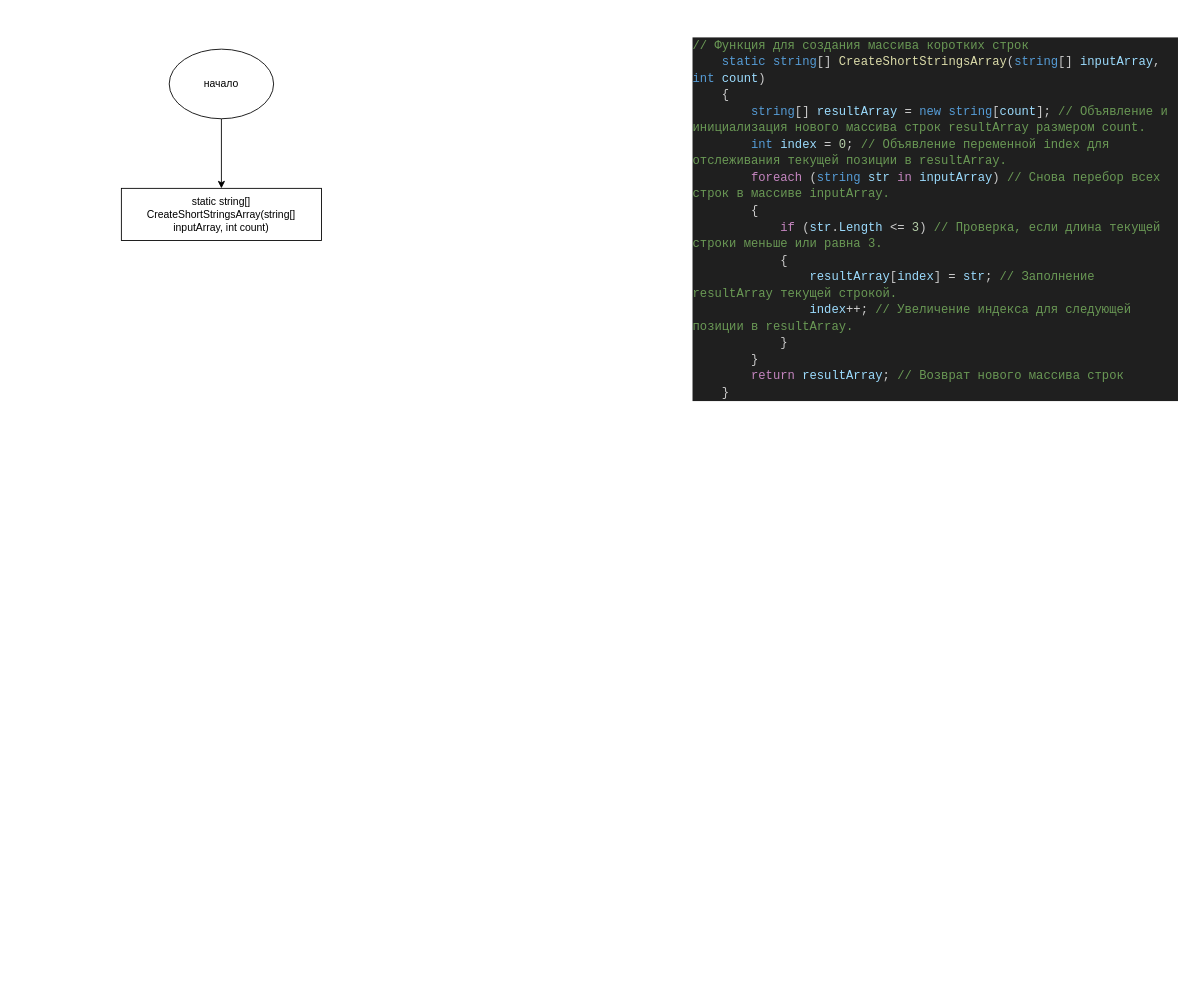
Before: page "CreateShortStringsArray" (3 of 3) of блок схема.drawio in kkssiinn/-, a draw.io diagram. Source tidied: cells renumbered, new cells numbered last; positions are measured from the earlier drawing's top-left corner, leaving out a move shared by most shapes. Both pictures are drawn from the tidied source at 87%, with x=0, y=0 at pixel (121, 31).
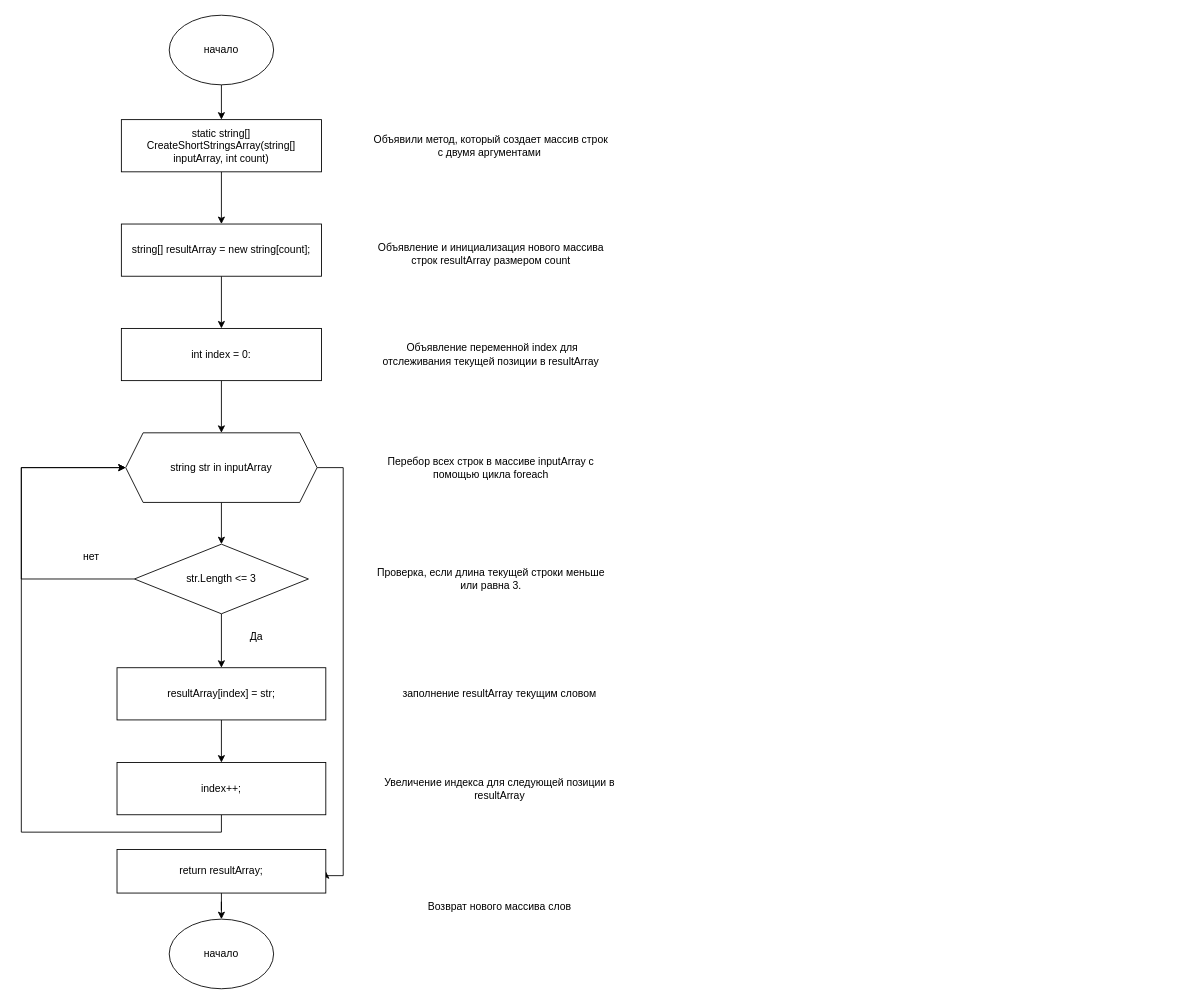
After the change.

Diff of the diagram source:
```diff
@@
-    <mxCell id="2" value="&lt;div style=&quot;color: rgb(204, 204, 204); background-color: rgb(31, 31, 31); font-family: Consolas, &amp;quot;Courier New&amp;quot;, monospace; font-weight: normal; font-size: 14px; line-height: 19px;&quot;&gt;&lt;div&gt;&lt;span style=&quot;color: #6a9955;&quot;&gt;// Функция для создания массива коротких строк&lt;/span&gt;&lt;/div&gt;&lt;div&gt;&lt;span style=&quot;color: #cccccc;&quot;&gt;&amp;nbsp; &amp;nbsp; &lt;/span&gt;&lt;span style=&quot;color: #569cd6;&quot;&gt;static&lt;/span&gt;&lt;span style=&quot;color: #cccccc;&quot;&gt; &lt;/span&gt;&lt;span style=&quot;color: #569cd6;&quot;&gt;string&lt;/span&gt;&lt;span style=&quot;color: #cccccc;&quot;&gt;[] &lt;/span&gt;&lt;span style=&quot;color: #dcdcaa;&quot;&gt;CreateShortStringsArray&lt;/span&gt;&lt;span style=&quot;color: #cccccc;&quot;&gt;(&lt;/span&gt;&lt;span style=&quot;color: #569cd6;&quot;&gt;string&lt;/span&gt;&lt;span style=&quot;color: #cccccc;&quot;&gt;[] &lt;/span&gt;&lt;span style=&quot;color: #9cdcfe;&quot;&gt;inputArray&lt;/span&gt;&lt;span style=&quot;color: #cccccc;&quot;&gt;, &lt;/span&gt;&lt;span style=&quot;color: #569cd6;&quot;&gt;int&lt;/span&gt;&lt;span style=&quot;color: #cccccc;&quot;&gt; &lt;/span&gt;&lt;span style=&quot;color: #9cdcfe;&quot;&gt;count&lt;/span&gt;&lt;span style=&quot;color: #cccccc;&quot;&gt;)&lt;/span&gt;&lt;/div&gt;&lt;div&gt;&lt;span style=&quot;color: #cccccc;&quot;&gt;&amp;nbsp; &amp;nbsp; {&lt;/span&gt;&lt;/div&gt;&lt;div&gt;&lt;span style=&quot;color: #cccccc;&quot;&gt;&amp;nbsp; &amp;nbsp; &amp;nbsp; &amp;nbsp; &lt;/span&gt;&lt;span style=&quot;color: #569cd6;&quot;&gt;string&lt;/span&gt;&lt;span style=&quot;color: #cccccc;&quot;&gt;[] &lt;/span&gt;&lt;span style=&quot;color: #9cdcfe;&quot;&gt;resultArray&lt;/span&gt;&lt;span style=&quot;color: #cccccc;&quot;&gt; &lt;/span&gt;&lt;span style=&quot;color: #d4d4d4;&quot;&gt;=&lt;/span&gt;&lt;span style=&quot;color: #cccccc;&quot;&gt; &lt;/span&gt;&lt;span style=&quot;color: #569cd6;&quot;&gt;new&lt;/span&gt;&lt;span style=&quot;color: #cccccc;&quot;&gt; &lt;/span&gt;&lt;span style=&quot;color: #569cd6;&quot;&gt;string&lt;/span&gt;&lt;span style=&quot;color: #cccccc;&quot;&gt;[&lt;/span&gt;&lt;span style=&quot;color: #9cdcfe;&quot;&gt;count&lt;/span&gt;&lt;span style=&quot;color: #cccccc;&quot;&gt;]; &lt;/span&gt;&lt;span style=&quot;color: #6a9955;&quot;&gt;// Объявление и инициализация нового массива строк resultArray размером count.&lt;/span&gt;&lt;/div&gt;&lt;div&gt;&lt;span style=&quot;color: #cccccc;&quot;&gt;&amp;nbsp; &amp;nbsp; &amp;nbsp; &amp;nbsp; &lt;/span&gt;&lt;span style=&quot;color: #569cd6;&quot;&gt;int&lt;/span&gt;&lt;span style=&quot;color: #cccccc;&quot;&gt; &lt;/span&gt;&lt;span style=&quot;color: #9cdcfe;&quot;&gt;index&lt;/span&gt;&lt;span style=&quot;color: #cccccc;&quot;&gt; &lt;/span&gt;&lt;span style=&quot;color: #d4d4d4;&quot;&gt;=&lt;/span&gt;&lt;span style=&quot;color: #cccccc;&quot;&gt; &lt;/span&gt;&lt;span style=&quot;color: #b5cea8;&quot;&gt;0&lt;/span&gt;&lt;span style=&quot;color: #cccccc;&quot;&gt;; &lt;/span&gt;&lt;span style=&quot;color: #6a9955;&quot;&gt;// Объявление переменной index для отслеживания текущей позиции в resultArray.&lt;/span&gt;&lt;/div&gt;&lt;div&gt;&lt;span style=&quot;color: #cccccc;&quot;&gt;&amp;nbsp; &amp;nbsp; &amp;nbsp; &amp;nbsp; &lt;/span&gt;&lt;span style=&quot;color: #c586c0;&quot;&gt;foreach&lt;/span&gt;&lt;span style=&quot;color: #cccccc;&quot;&gt; (&lt;/span&gt;&lt;span style=&quot;color: #569cd6;&quot;&gt;string&lt;/span&gt;&lt;span style=&quot;color: #cccccc;&quot;&gt; &lt;/span&gt;&lt;span style=&quot;color: #9cdcfe;&quot;&gt;str&lt;/span&gt;&lt;span style=&quot;color: #cccccc;&quot;&gt; &lt;/span&gt;&lt;span style=&quot;color: #c586c0;&quot;&gt;in&lt;/span&gt;&lt;span style=&quot;color: #cccccc;&quot;&gt; &lt;/span&gt;&lt;span style=&quot;color: #9cdcfe;&quot;&gt;inputArray&lt;/span&gt;&lt;span style=&quot;color: #cccccc;&quot;&gt;) &lt;/span&gt;&lt;span style=&quot;color: #6a9955;&quot;&gt;// Снова перебор всех строк в массиве inputArray.&lt;/span&gt;&lt;/div&gt;&lt;div&gt;&lt;span style=&quot;color: #cccccc;&quot;&gt;&amp;nbsp; &amp;nbsp; &amp;nbsp; &amp;nbsp; {&lt;/span&gt;&lt;/div&gt;&lt;div&gt;&lt;span style=&quot;color: #cccccc;&quot;&gt;&amp;nbsp; &amp;nbsp; &amp;nbsp; &amp;nbsp; &amp;nbsp; &amp;nbsp; &lt;/span&gt;&lt;span style=&quot;color: #c586c0;&quot;&gt;if&lt;/span&gt;&lt;span style=&quot;color: #cccccc;&quot;&gt; (&lt;/span&gt;&lt;span style=&quot;color: #9cdcfe;&quot;&gt;str&lt;/span&gt;&lt;span style=&quot;color: #cccccc;&quot;&gt;.&lt;/span&gt;&lt;span style=&quot;color: #9cdcfe;&quot;&gt;Length&lt;/span&gt;&lt;span style=&quot;color: #cccccc;&quot;&gt; &lt;/span&gt;&lt;span style=&quot;color: #d4d4d4;&quot;&gt;&amp;lt;=&lt;/span&gt;&lt;span style=&quot;color: #cccccc;&quot;&gt; &lt;/span&gt;&lt;span style=&quot;color: #b5cea8;&quot;&gt;3&lt;/span&gt;&lt;span style=&quot;color: #cccccc;&quot;&gt;) &lt;/span&gt;&lt;span style=&quot;color: #6a9955;&quot;&gt;// Проверка, если длина текущей строки меньше или равна 3.&lt;/span&gt;&lt;/div&gt;&lt;div&gt;&lt;span style=&quot;color: #cccccc;&quot;&gt;&amp;nbsp; &amp;nbsp; &amp;nbsp; &amp;nbsp; &amp;nbsp; &amp;nbsp; {&lt;/span&gt;&lt;/div&gt;&lt;div&gt;&lt;span style=&quot;color: #cccccc;&quot;&gt;&amp;nbsp; &amp;nbsp; &amp;nbsp; &amp;nbsp; &amp;nbsp; &amp;nbsp; &amp;nbsp; &amp;nbsp; &lt;/span&gt;&lt;span style=&quot;color: #9cdcfe;&quot;&gt;resultArray&lt;/span&gt;&lt;span style=&quot;color: #cccccc;&quot;&gt;[&lt;/span&gt;&lt;span style=&quot;color: #9cdcfe;&quot;&gt;index&lt;/span&gt;&lt;span style=&quot;color: #cccccc;&quot;&gt;] &lt;/span&gt;&lt;span style=&quot;color: #d4d4d4;&quot;&gt;=&lt;/span&gt;&lt;span style=&quot;color: #cccccc;&quot;&gt; &lt;/span&gt;&lt;span style=&quot;color: #9cdcfe;&quot;&gt;str&lt;/span&gt;&lt;span style=&quot;color: #cccccc;&quot;&gt;; &lt;/span&gt;&lt;span style=&quot;color: #6a9955;&quot;&gt;// Заполнение resultArray текущей строкой.&lt;/span&gt;&lt;/div&gt;&lt;div&gt;&lt;span style=&quot;color: #cccccc;&quot;&gt;&amp;nbsp; &amp;nbsp; &amp;nbsp; &amp;nbsp; &amp;nbsp; &amp;nbsp; &amp;nbsp; &amp;nbsp; &lt;/span&gt;&lt;span style=&quot;color: #9cdcfe;&quot;&gt;index&lt;/span&gt;&lt;span style=&quot;color: #d4d4d4;&quot;&gt;++&lt;/span&gt;&lt;span style=&quot;color: #cccccc;&quot;&gt;; &lt;/span&gt;&lt;span style=&quot;color: #6a9955;&quot;&gt;// Увеличение индекса для следующей позиции в resultArray.&lt;/span&gt;&lt;/div&gt;&lt;div&gt;&lt;span style=&quot;color: #cccccc;&quot;&gt;&amp;nbsp; &amp;nbsp; &amp;nbsp; &amp;nbsp; &amp;nbsp; &amp;nbsp; }&lt;/span&gt;&lt;/div&gt;&lt;div&gt;&lt;span style=&quot;color: #cccccc;&quot;&gt;&amp;nbsp; &amp;nbsp; &amp;nbsp; &amp;nbsp; }&lt;/span&gt;&lt;/div&gt;&lt;div&gt;&lt;span style=&quot;color: #cccccc;&quot;&gt;&amp;nbsp; &amp;nbsp; &amp;nbsp; &amp;nbsp; &lt;/span&gt;&lt;span style=&quot;color: #c586c0;&quot;&gt;return&lt;/span&gt;&lt;span style=&quot;color: #cccccc;&quot;&gt; &lt;/span&gt;&lt;span style=&quot;color: #9cdcfe;&quot;&gt;resultArray&lt;/span&gt;&lt;span style=&quot;color: #cccccc;&quot;&gt;; &lt;/span&gt;&lt;span style=&quot;color: #6a9955;&quot;&gt;// Возврат нового массива строк&lt;/span&gt;&lt;/div&gt;&lt;div&gt;&lt;span style=&quot;color: #cccccc;&quot;&gt;&amp;nbsp; &amp;nbsp; }&lt;/span&gt;&lt;/div&gt;&lt;/div&gt;" style="text;whiteSpace=wrap;html=1;" parent="1" vertex="1">
-      <mxGeometry x="655" width="560" height="440" as="geometry" />
-    </mxCell>
@@
     <mxCell id="4" value="начало" style="ellipse;whiteSpace=wrap;html=1;" parent="1" vertex="1">
-      <mxGeometry x="55" y="20" width="120" height="80" as="geometry" />
+      <mxGeometry x="55" y="-19" width="120" height="80" as="geometry" />
     </mxCell>
+    <mxCell id="6" style="edgeStyle=orthogonalEdgeStyle;rounded=0;jettySize=auto;html=1;" parent="1" edge="1" source="5" target="9">
+      <mxGeometry relative="1" as="geometry" />
+    </mxCell>
     <mxCell id="5" value="&lt;p&gt;static string[] CreateShortStringsArray(string[] inputArray, int count)&lt;span style=&quot;&quot;&gt;&lt;/span&gt;&lt;br&gt;&lt;/p&gt;" style="whiteSpace=wrap;html=1;" parent="1" vertex="1">
-      <mxGeometry y="180" width="230" height="60" as="geometry" />
+      <mxGeometry y="101" width="230" height="60" as="geometry" />
     </mxCell>
+    <mxCell id="7" value="Объявили метод, который создает массив строк с двумя аргументами&amp;nbsp;" style="text;html=1;align=center;verticalAlign=middle;whiteSpace=wrap;rounded=0;" parent="1" vertex="1">
+      <mxGeometry x="285" y="101" width="280" height="60" as="geometry" />
+    </mxCell>
+    <mxCell id="8" style="edgeStyle=orthogonalEdgeStyle;rounded=0;jettySize=auto;html=1;" parent="1" edge="1" source="9" target="12">
+      <mxGeometry relative="1" as="geometry" />
+    </mxCell>
+    <mxCell id="9" value="&lt;p&gt;string[] resultArray = new string[count];&lt;span style=&quot;&quot;&gt;&lt;/span&gt;&lt;br&gt;&lt;/p&gt;" style="whiteSpace=wrap;html=1;" parent="1" vertex="1">
+      <mxGeometry y="221" width="230" height="60" as="geometry" />
+    </mxCell>
+    <mxCell id="10" value="Объявление и инициализация нового массива строк resultArray размером count" style="text;html=1;align=center;verticalAlign=middle;whiteSpace=wrap;rounded=0;" parent="1" vertex="1">
+      <mxGeometry x="285" y="225" width="280" height="60" as="geometry" />
+    </mxCell>
+    <mxCell id="11" style="edgeStyle=orthogonalEdgeStyle;rounded=0;jettySize=auto;html=1;entryX=0.5;entryY=0;entryDx=0;entryDy=0;" parent="1" edge="1" source="12" target="16">
+      <mxGeometry relative="1" as="geometry" />
+    </mxCell>
+    <mxCell id="12" value="&lt;p&gt;int index = 0:&lt;/p&gt;" style="whiteSpace=wrap;html=1;" parent="1" vertex="1">
+      <mxGeometry y="341" width="230" height="60" as="geometry" />
+    </mxCell>
+    <mxCell id="13" value="&amp;nbsp;Объявление переменной index для отслеживания текущей позиции в resultArray" style="text;html=1;align=center;verticalAlign=middle;whiteSpace=wrap;rounded=0;" parent="1" vertex="1">
+      <mxGeometry x="285" y="341" width="280" height="60" as="geometry" />
+    </mxCell>
+    <mxCell id="14" style="edgeStyle=orthogonalEdgeStyle;rounded=0;jettySize=auto;html=1;" parent="1" edge="1" source="16" target="20">
+      <mxGeometry relative="1" as="geometry" />
+    </mxCell>
+    <mxCell id="15" style="edgeStyle=orthogonalEdgeStyle;rounded=0;jettySize=auto;html=1;exitX=1;exitY=0.5;exitDx=0;exitDy=0;entryX=1;entryY=0.5;entryDx=0;entryDy=0;" parent="1" edge="1" source="16" target="31">
+      <mxGeometry relative="1" as="geometry">
+        <Array as="points">
+          <mxPoint x="255" y="501" />
+          <mxPoint x="255" y="970" />
+          <mxPoint x="235" y="970" />
+        </Array>
+      </mxGeometry>
+    </mxCell>
+    <mxCell id="16" value="string str in inputArray" style="shape=hexagon;perimeter=hexagonPerimeter2;whiteSpace=wrap;html=1;fixedSize=1;" parent="1" vertex="1">
+      <mxGeometry x="5" y="461" width="220" height="80" as="geometry" />
+    </mxCell>
+    <mxCell id="17" value="Перебор всех строк в массиве inputArray с помощью цикла foreach" style="text;html=1;align=center;verticalAlign=middle;whiteSpace=wrap;rounded=0;" parent="1" vertex="1">
+      <mxGeometry x="285" y="471" width="280" height="60" as="geometry" />
+    </mxCell>
+    <mxCell id="18" style="edgeStyle=orthogonalEdgeStyle;rounded=0;jettySize=auto;html=1;" parent="1" edge="1" source="20" target="23">
+      <mxGeometry relative="1" as="geometry" />
+    </mxCell>
+    <mxCell id="19" style="edgeStyle=orthogonalEdgeStyle;rounded=0;jettySize=auto;html=1;exitX=0;exitY=0.5;exitDx=0;exitDy=0;" parent="1" edge="1" source="20">
+      <mxGeometry relative="1" as="geometry">
+        <mxPoint x="5" y="501" as="targetPoint" />
+        <Array as="points">
+          <mxPoint x="-115" y="629" />
+          <mxPoint x="-115" y="501" />
+        </Array>
+      </mxGeometry>
+    </mxCell>
+    <mxCell id="20" value="str.Length &amp;lt;= 3" style="rhombus;whiteSpace=wrap;html=1;" parent="1" vertex="1">
+      <mxGeometry x="15" y="589" width="200" height="80" as="geometry" />
+    </mxCell>
+    <mxCell id="21" value="Проверка, если длина текущей строки меньше или равна 3." style="text;html=1;align=center;verticalAlign=middle;whiteSpace=wrap;rounded=0;" parent="1" vertex="1">
+      <mxGeometry x="285" y="599" width="280" height="60" as="geometry" />
+    </mxCell>
+    <mxCell id="22" style="edgeStyle=orthogonalEdgeStyle;rounded=0;jettySize=auto;html=1;" parent="1" edge="1" source="23" target="27">
+      <mxGeometry relative="1" as="geometry" />
+    </mxCell>
+    <mxCell id="23" value="resultArray[index] = str;" style="whiteSpace=wrap;html=1;" parent="1" vertex="1">
+      <mxGeometry x="-5" y="731" width="240" height="60" as="geometry" />
+    </mxCell>
+    <mxCell id="24" value="Да" style="text;html=1;align=center;verticalAlign=middle;strokeColor=none;fillColor=none;" parent="1" vertex="1">
+      <mxGeometry x="135" y="681" width="40" height="30" as="geometry" />
+    </mxCell>
+    <mxCell id="25" value="заполнение resultArray текущим словом" style="text;html=1;align=center;verticalAlign=middle;whiteSpace=wrap;rounded=0;" parent="1" vertex="1">
+      <mxGeometry x="295" y="731" width="280" height="60" as="geometry" />
+    </mxCell>
+    <mxCell id="26" style="edgeStyle=orthogonalEdgeStyle;rounded=0;jettySize=auto;html=1;entryX=0;entryY=0.5;entryDx=0;entryDy=0;" parent="1" edge="1" source="27" target="16">
+      <mxGeometry relative="1" as="geometry">
+        <Array as="points">
+          <mxPoint x="115" y="920" />
+          <mxPoint x="-115" y="920" />
+          <mxPoint x="-115" y="501" />
+        </Array>
+      </mxGeometry>
+    </mxCell>
+    <mxCell id="27" value="index++;" style="whiteSpace=wrap;html=1;" parent="1" vertex="1">
+      <mxGeometry x="-5" y="840" width="240" height="60" as="geometry" />
+    </mxCell>
+    <mxCell id="28" value="Увеличение индекса для следующей позиции в resultArray" style="text;html=1;align=center;verticalAlign=middle;whiteSpace=wrap;rounded=0;" parent="1" vertex="1">
+      <mxGeometry x="295" y="840" width="280" height="60" as="geometry" />
+    </mxCell>
+    <mxCell id="29" value="нет" style="text;html=1;align=center;verticalAlign=middle;strokeColor=none;fillColor=none;" parent="1" vertex="1">
+      <mxGeometry x="-55" y="589" width="40" height="30" as="geometry" />
+    </mxCell>
+    <mxCell id="30" style="edgeStyle=orthogonalEdgeStyle;rounded=0;jettySize=auto;html=1;entryX=0.5;entryY=0;entryDx=0;entryDy=0;" parent="1" edge="1" source="31" target="33">
+      <mxGeometry relative="1" as="geometry" />
+    </mxCell>
+    <mxCell id="31" value="return resultArray;" style="whiteSpace=wrap;html=1;" parent="1" vertex="1">
+      <mxGeometry x="-5" y="940" width="240" height="50" as="geometry" />
+    </mxCell>
+    <mxCell id="32" value="Возврат нового массива слов" style="text;html=1;align=center;verticalAlign=middle;whiteSpace=wrap;rounded=0;" parent="1" vertex="1">
+      <mxGeometry x="295" y="976" width="280" height="60" as="geometry" />
+    </mxCell>
+    <mxCell id="33" value="начало" style="ellipse;whiteSpace=wrap;html=1;" parent="1" vertex="1">
+      <mxGeometry x="55" y="1020" width="120" height="80" as="geometry" />
+    </mxCell>
```
